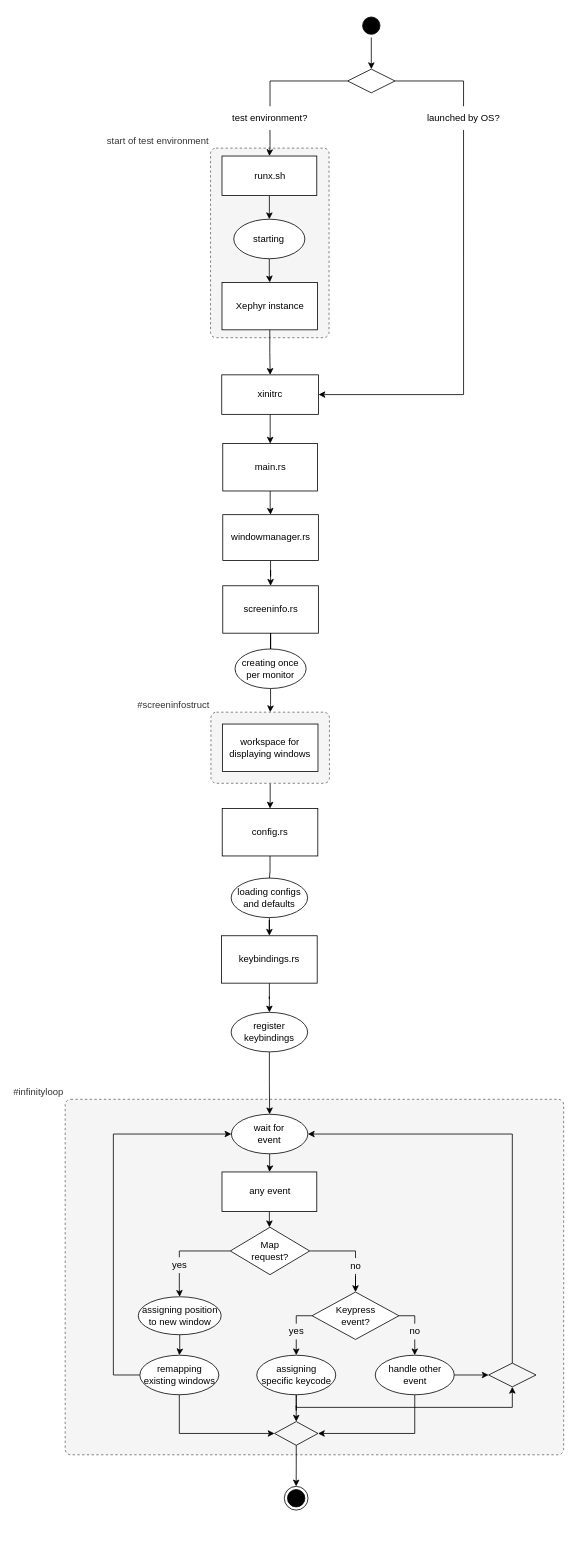
FelixSchladt/OxideWM keeps this draw.io diagram as planning/source/drawio_editables/flowchart_instantiation.drawio. Above is the earlier version. Source tidied: cells renumbered, new cells numbered last; positions are measured from the earlier drawing's top-left corner, leaving out a move shared by most shapes. Both pictures are drawn from the tidied source at 79%, with x=0, y=0 at pixel (65, 13).
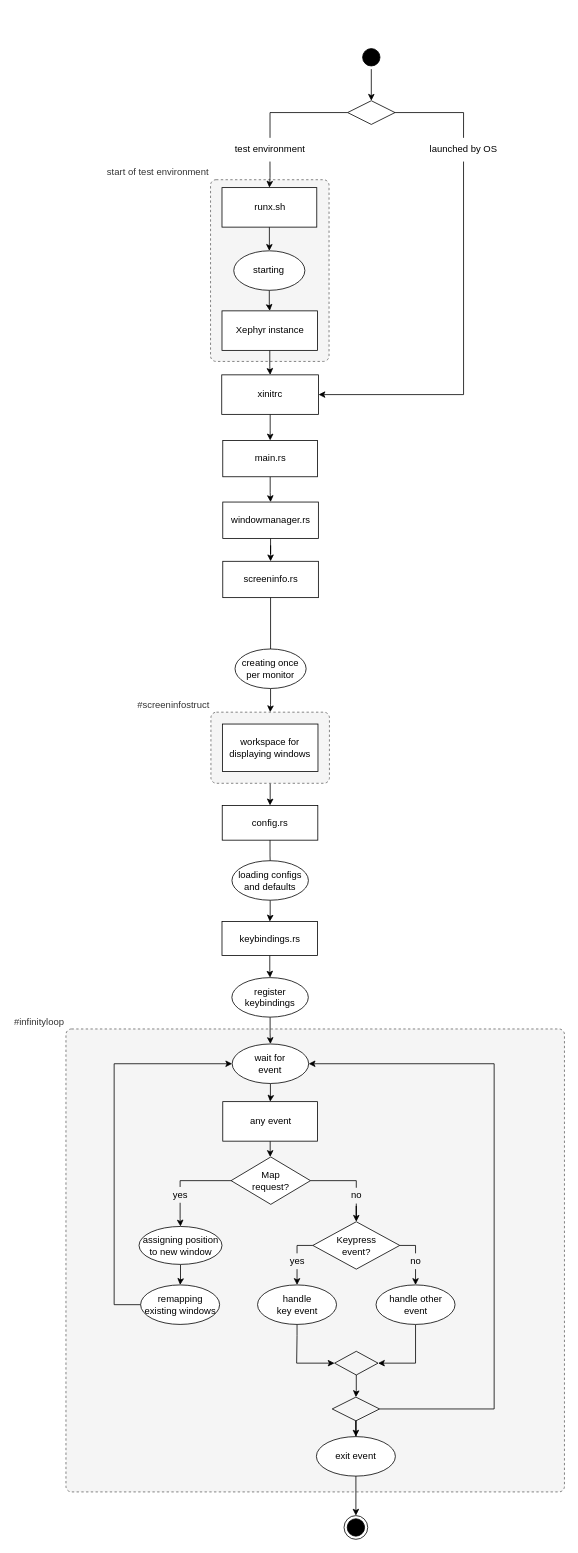
After the change.

Commit message (it also covers changes not shown here):
reworked uml

What changed in the source:
```diff
@@
     <mxCell id="2" value="start of test environment" style="rounded=1;whiteSpace=wrap;html=1;absoluteArcSize=1;arcSize=14;strokeWidth=1;shadow=0;glass=0;sketch=0;fillStyle=solid;dashed=1;fillColor=#f5f5f5;strokeColor=#666666;fontColor=#333333;labelPosition=left;verticalLabelPosition=top;align=right;verticalAlign=bottom;" parent="1" vertex="1">
-      <mxGeometry x="184" y="170" width="150" height="240" as="geometry" />
+      <mxGeometry x="184" y="210" width="150" height="230" as="geometry" />
     </mxCell>
@@
     <mxCell id="5" value="#infinityloop" style="rounded=1;whiteSpace=wrap;html=1;absoluteArcSize=1;arcSize=14;strokeWidth=1;shadow=0;glass=0;sketch=0;fillStyle=solid;dashed=1;fillColor=#f5f5f5;strokeColor=#666666;fontColor=#333333;labelPosition=left;verticalLabelPosition=top;align=right;verticalAlign=bottom;" parent="1" vertex="1">
-      <mxGeometry y="1374" width="631" height="450" as="geometry" />
+      <mxGeometry x="1" y="1285" width="631" height="586" as="geometry" />
     </mxCell>
@@
     <mxCell id="7" style="ellipse;html=1;shape=startState;fillColor=#000000;strokeColor=#000000;rounded=0;" parent="1" vertex="1">
-      <mxGeometry x="372.5" width="30" height="30" as="geometry" />
+      <mxGeometry x="372.5" y="40" width="30" height="30" as="geometry" />
     </mxCell>
@@
     <mxCell id="9" value="runx.sh" style="html=1;rounded=0;" parent="1" vertex="1">
-      <mxGeometry x="198.5" y="180" width="120" height="50" as="geometry" />
+      <mxGeometry x="198.5" y="220" width="120" height="50" as="geometry" />
     </mxCell>
@@
     <mxCell id="13" value="main.rs" style="whiteSpace=wrap;html=1;rounded=0;" parent="1" vertex="1">
-      <mxGeometry x="199.5" y="544" width="120" height="60" as="geometry" />
+      <mxGeometry x="199.5" y="540" width="120" height="46" as="geometry" />
     </mxCell>
@@
     <mxCell id="15" value="windowmanager.rs" style="whiteSpace=wrap;html=1;rounded=0;" parent="1" vertex="1">
-      <mxGeometry x="199.5" y="634" width="121" height="58" as="geometry" />
+      <mxGeometry x="199.5" y="618" width="121" height="46" as="geometry" />
     </mxCell>
     <mxCell id="16" style="ellipse;html=1;shape=endState;fillColor=#000000;strokeColor=#000000;rounded=0;" parent="1" vertex="1">
-      <mxGeometry x="277.4" y="1864" width="30" height="30" as="geometry" />
+      <mxGeometry x="353" y="1901" width="30" height="30" as="geometry" />
     </mxCell>
@@
     <mxCell id="19" value="Map &lt;br&gt;request?" style="strokeWidth=1;html=1;shape=mxgraph.flowchart.decision;whiteSpace=wrap;" parent="1" vertex="1">
-      <mxGeometry x="209" y="1536" width="100.5" height="60" as="geometry" />
+      <mxGeometry x="210" y="1447" width="100.5" height="60" as="geometry" />
     </mxCell>
@@
     <mxCell id="21" value="assigning position to new window" style="ellipse;whiteSpace=wrap;html=1;rounded=0;" parent="1" vertex="1">
-      <mxGeometry x="92.5" y="1624" width="105" height="48" as="geometry" />
+      <mxGeometry x="93.5" y="1535" width="105" height="48" as="geometry" />
     </mxCell>
-    <mxCell id="22" style="edgeStyle=orthogonalEdgeStyle;rounded=0;jettySize=auto;html=1;entryX=0;entryY=0.5;entryDx=0;entryDy=0;entryPerimeter=0;fontFamily=Helvetica;fontSize=12;fontColor=default;" parent="1" edge="1" source="24" target="58">
-      <mxGeometry relative="1" as="geometry">
-        <Array as="points">
-          <mxPoint x="145" y="1797" />
-        </Array>
-      </mxGeometry>
-    </mxCell>
     <mxCell id="23" style="edgeStyle=orthogonalEdgeStyle;rounded=0;jettySize=auto;html=1;entryX=0;entryY=0.5;entryDx=0;entryDy=0;" parent="1" edge="1" source="24" target="60">
       <mxGeometry relative="1" as="geometry">
         <Array as="points">
-          <mxPoint x="61" y="1723" />
-          <mxPoint x="61" y="1418" />
+          <mxPoint x="62" y="1634" />
+          <mxPoint x="62" y="1329" />
         </Array>
       </mxGeometry>
     </mxCell>
     <mxCell id="24" value="remapping existing windows" style="ellipse;whiteSpace=wrap;html=1;rounded=0;" parent="1" vertex="1">
-      <mxGeometry x="94.5" y="1698" width="100" height="50" as="geometry" />
+      <mxGeometry x="95.5" y="1609" width="100" height="50" as="geometry" />
     </mxCell>
@@
     <mxCell id="26" value="any event" style="html=1;rounded=0;" parent="1" vertex="1">
-      <mxGeometry x="198.5" y="1466" width="120" height="50" as="geometry" />
+      <mxGeometry x="199.5" y="1377" width="120" height="50" as="geometry" />
     </mxCell>
@@
     <mxCell id="29" value="Keypress &lt;br&gt;event?" style="strokeWidth=1;html=1;shape=mxgraph.flowchart.decision;whiteSpace=wrap;" parent="1" vertex="1">
-      <mxGeometry x="312.5" y="1618" width="110" height="60" as="geometry" />
+      <mxGeometry x="313.5" y="1529" width="110" height="60" as="geometry" />
     </mxCell>
-    <mxCell id="30" style="edgeStyle=orthogonalEdgeStyle;rounded=0;jettySize=auto;html=1;fontFamily=Helvetica;fontSize=12;fontColor=default;" parent="1" edge="1" source="32" target="58">
-      <mxGeometry relative="1" as="geometry" />
+    <mxCell id="30" style="edgeStyle=orthogonalEdgeStyle;rounded=0;jettySize=auto;html=1;fontFamily=Helvetica;fontSize=12;fontColor=default;exitX=0.5;exitY=1;exitDx=0;exitDy=0;entryX=0;entryY=0.5;entryDx=0;entryDy=0;entryPerimeter=0;" parent="1" edge="1" source="32" target="58">
+      <mxGeometry relative="1" as="geometry">
+        <Array as="points">
+          <mxPoint x="293" y="1673" />
+          <mxPoint x="293" y="1708" />
+        </Array>
+      </mxGeometry>
     </mxCell>
-    <mxCell id="31" style="edgeStyle=orthogonalEdgeStyle;rounded=0;jettySize=auto;html=1;entryX=0.5;entryY=1;entryDx=0;entryDy=0;entryPerimeter=0;" parent="1" edge="1" source="32" target="62">
-      <mxGeometry relative="1" as="geometry">
-        <Array as="points">
-          <mxPoint x="293" y="1764" />
-          <mxPoint x="566" y="1764" />
-        </Array>
-      </mxGeometry>
-    </mxCell>
-    <mxCell id="32" value="assigning&lt;br&gt;specific keycode" style="ellipse;whiteSpace=wrap;html=1;rounded=0;" parent="1" vertex="1">
-      <mxGeometry x="242.5" y="1698" width="100" height="50" as="geometry" />
+    <mxCell id="32" value="handle&lt;br&gt;key event" style="ellipse;whiteSpace=wrap;html=1;rounded=0;" parent="1" vertex="1">
+      <mxGeometry x="243.5" y="1609" width="100" height="50" as="geometry" />
     </mxCell>
     <mxCell id="33" value="yes" style="text;html=1;strokeColor=none;fillColor=none;align=center;verticalAlign=middle;whiteSpace=wrap;rounded=0;strokeWidth=1;fontFamily=Helvetica;fontSize=12;fontColor=default;" parent="1" vertex="1">
-      <mxGeometry x="277.5" y="1658" width="30" height="20" as="geometry" />
+      <mxGeometry x="278.5" y="1569" width="30" height="20" as="geometry" />
     </mxCell>
@@
     <mxCell id="35" style="edgeStyle=orthogonalEdgeStyle;rounded=0;jettySize=auto;html=1;entryX=1;entryY=0.5;entryDx=0;entryDy=0;entryPerimeter=0;fontFamily=Helvetica;fontSize=12;fontColor=default;" parent="1" edge="1" source="37" target="58">
       <mxGeometry relative="1" as="geometry">
         <Array as="points">
-          <mxPoint x="443" y="1797" />
+          <mxPoint x="444" y="1708" />
         </Array>
       </mxGeometry>
     </mxCell>
-    <mxCell id="36" style="edgeStyle=orthogonalEdgeStyle;rounded=0;jettySize=auto;html=1;" parent="1" edge="1" source="37" target="62">
-      <mxGeometry relative="1" as="geometry" />
-    </mxCell>
     <mxCell id="37" value="handle other&lt;br&gt;event" style="ellipse;whiteSpace=wrap;html=1;rounded=0;" parent="1" vertex="1">
-      <mxGeometry x="392.5" y="1698" width="100" height="50" as="geometry" />
+      <mxGeometry x="393.5" y="1609" width="100" height="50" as="geometry" />
     </mxCell>
     <mxCell id="38" value="no" style="text;html=1;strokeColor=none;fillColor=none;align=center;verticalAlign=middle;whiteSpace=wrap;rounded=0;strokeWidth=1;fontFamily=Helvetica;fontSize=12;fontColor=default;" parent="1" vertex="1">
-      <mxGeometry x="427.5" y="1658" width="30" height="20" as="geometry" />
+      <mxGeometry x="428.5" y="1569" width="30" height="20" as="geometry" />
     </mxCell>
@@
     <mxCell id="40" value="no" style="text;html=1;strokeColor=none;fillColor=none;align=center;verticalAlign=middle;whiteSpace=wrap;rounded=0;strokeWidth=1;fontFamily=Helvetica;fontSize=12;fontColor=default;" parent="1" vertex="1">
-      <mxGeometry x="352.5" y="1575" width="30" height="20" as="geometry" />
+      <mxGeometry x="353.5" y="1486" width="30" height="20" as="geometry" />
     </mxCell>
     <mxCell id="41" style="edgeStyle=orthogonalEdgeStyle;rounded=0;jettySize=auto;html=1;entryX=0.5;entryY=0;entryDx=0;entryDy=0;entryPerimeter=0;fontFamily=Helvetica;fontSize=12;fontColor=default;endArrow=none;" parent="1" edge="1" source="19" target="40">
       <mxGeometry relative="1" as="geometry">
         <Array as="points">
-          <mxPoint x="367.5" y="1566" />
+          <mxPoint x="368.5" y="1477" />
         </Array>
       </mxGeometry>
     </mxCell>
     <mxCell id="42" value="yes" style="text;html=1;strokeColor=none;fillColor=none;align=center;verticalAlign=middle;whiteSpace=wrap;rounded=0;strokeWidth=1;fontFamily=Helvetica;fontSize=12;fontColor=default;" parent="1" vertex="1">
-      <mxGeometry x="129.5" y="1574" width="30" height="20" as="geometry" />
+      <mxGeometry x="130.5" y="1485" width="30" height="20" as="geometry" />
     </mxCell>
     <mxCell id="43" style="edgeStyle=orthogonalEdgeStyle;rounded=0;jettySize=auto;html=1;entryX=0.5;entryY=0;entryDx=0;entryDy=0;fontFamily=Helvetica;fontSize=12;fontColor=default;endArrow=none;" parent="1" edge="1" source="19" target="42">
       <mxGeometry relative="1" as="geometry">
         <Array as="points">
-          <mxPoint x="144.5" y="1566" />
+          <mxPoint x="145.5" y="1477" />
         </Array>
       </mxGeometry>
     </mxCell>
@@
     <mxCell id="45" value="screeninfo.rs" style="whiteSpace=wrap;html=1;rounded=0;" parent="1" vertex="1">
-      <mxGeometry x="199.5" y="724" width="121" height="60" as="geometry" />
+      <mxGeometry x="199.5" y="693" width="121" height="46" as="geometry" />
     </mxCell>
@@
     <mxCell id="48" value="Xephyr instance" style="whiteSpace=wrap;html=1;rounded=0;" parent="1" vertex="1">
-      <mxGeometry x="198.5" y="340" width="121" height="60" as="geometry" />
+      <mxGeometry x="198.5" y="376" width="121" height="50" as="geometry" />
     </mxCell>
@@
     <mxCell id="50" value="config.rs" style="whiteSpace=wrap;html=1;rounded=0;" parent="1" vertex="1">
-      <mxGeometry x="198.8" y="1006" width="121" height="60" as="geometry" />
+      <mxGeometry x="198.8" y="1002" width="121" height="44" as="geometry" />
     </mxCell>
@@
     <mxCell id="52" value="keybindings.rs" style="whiteSpace=wrap;html=1;rounded=0;" parent="1" vertex="1">
-      <mxGeometry x="198" y="1167" width="121" height="60" as="geometry" />
+      <mxGeometry x="198.5" y="1149" width="121" height="43" as="geometry" />
     </mxCell>
@@
     <mxCell id="54" value="register&lt;br&gt;keybindings" style="ellipse;whiteSpace=wrap;html=1;rounded=0;" parent="1" vertex="1">
-      <mxGeometry x="210.1" y="1264" width="96.8" height="50" as="geometry" />
+      <mxGeometry x="211" y="1220" width="96.8" height="50" as="geometry" />
     </mxCell>
@@
     <mxCell id="56" value="starting" style="ellipse;whiteSpace=wrap;html=1;rounded=0;" parent="1" vertex="1">
-      <mxGeometry x="213.4" y="260" width="90" height="50" as="geometry" />
+      <mxGeometry x="213.4" y="300" width="90" height="50" as="geometry" />
     </mxCell>
-    <mxCell id="57" style="edgeStyle=orthogonalEdgeStyle;rounded=0;jettySize=auto;html=1;entryX=0.5;entryY=0;entryDx=0;entryDy=0;fontFamily=Helvetica;fontSize=12;fontColor=default;" parent="1" edge="1" source="58" target="16">
-      <mxGeometry relative="1" as="geometry" />
-    </mxCell>
+    <mxCell id="74" style="edgeStyle=orthogonalEdgeStyle;rounded=0;jettySize=auto;html=1;entryX=0.5;entryY=0;entryDx=0;entryDy=0;entryPerimeter=0;" parent="1" edge="1" source="58" target="62">
+      <mxGeometry relative="1" as="geometry" />
+    </mxCell>
     <mxCell id="58" style="strokeWidth=1;html=1;shape=mxgraph.flowchart.decision;whiteSpace=wrap;labelBackgroundColor=default;strokeColor=inherit;fontFamily=Helvetica;fontSize=12;fontColor=default;fillColor=none;" parent="1" vertex="1">
-      <mxGeometry x="265" y="1782" width="55" height="30" as="geometry" />
+      <mxGeometry x="341" y="1693" width="55" height="30" as="geometry" />
     </mxCell>
@@
     <mxCell id="60" value="wait for&lt;br&gt;event" style="ellipse;whiteSpace=wrap;html=1;rounded=0;" parent="1" vertex="1">
-      <mxGeometry x="210.4" y="1393" width="96.8" height="50" as="geometry" />
+      <mxGeometry x="211.4" y="1304" width="96.8" height="50" as="geometry" />
     </mxCell>
+    <mxCell id="75" style="edgeStyle=orthogonalEdgeStyle;rounded=0;jettySize=auto;html=1;" parent="1" edge="1" source="62" target="77">
+      <mxGeometry relative="1" as="geometry" />
+    </mxCell>
-    <mxCell id="61" style="edgeStyle=orthogonalEdgeStyle;rounded=0;jettySize=auto;html=1;exitX=0.5;exitY=0;exitDx=0;exitDy=0;exitPerimeter=0;entryX=1;entryY=0.5;entryDx=0;entryDy=0;" parent="1" edge="1" source="62" target="60">
-      <mxGeometry relative="1" as="geometry" />
+    <mxCell id="61" style="edgeStyle=orthogonalEdgeStyle;rounded=0;jettySize=auto;html=1;entryX=1;entryY=0.5;entryDx=0;entryDy=0;" parent="1" edge="1" source="62" target="60">
+      <mxGeometry relative="1" as="geometry">
+        <Array as="points">
+          <mxPoint x="543" y="1766" />
+          <mxPoint x="543" y="1329" />
+        </Array>
+      </mxGeometry>
     </mxCell>
     <mxCell id="62" style="strokeWidth=1;html=1;shape=mxgraph.flowchart.decision;whiteSpace=wrap;labelBackgroundColor=default;strokeColor=inherit;fontFamily=Helvetica;fontSize=12;fontColor=default;fillColor=none;" parent="1" vertex="1">
-      <mxGeometry x="536" y="1708" width="60" height="30" as="geometry" />
+      <mxGeometry x="338" y="1751" width="60" height="30" as="geometry" />
     </mxCell>
@@
     <mxCell id="65" value="loading configs&lt;br&gt;and defaults" style="ellipse;whiteSpace=wrap;html=1;rounded=0;" parent="1" vertex="1">
-      <mxGeometry x="210.1" y="1094" width="96.8" height="50" as="geometry" />
+      <mxGeometry x="211.1" y="1072" width="96.8" height="50" as="geometry" />
     </mxCell>
@@
     <mxCell id="68" style="strokeWidth=1;html=1;shape=mxgraph.flowchart.decision;whiteSpace=wrap;labelBackgroundColor=default;strokeColor=inherit;fontFamily=Helvetica;fontSize=12;fontColor=default;fillColor=none;" parent="1" vertex="1">
-      <mxGeometry x="357.5" y="70" width="60" height="30" as="geometry" />
+      <mxGeometry x="357.5" y="110" width="60" height="30" as="geometry" />
     </mxCell>
@@
-    <mxCell id="70" value="launched by OS?" style="text;html=1;strokeColor=none;fillColor=none;align=center;verticalAlign=middle;whiteSpace=wrap;rounded=0;" parent="1" vertex="1">
-      <mxGeometry x="452" y="117" width="104.5" height="30" as="geometry" />
+    <mxCell id="70" value="launched by OS" style="text;html=1;strokeColor=none;fillColor=none;align=center;verticalAlign=middle;whiteSpace=wrap;rounded=0;" parent="1" vertex="1">
+      <mxGeometry x="452" y="157" width="104.5" height="30" as="geometry" />
     </mxCell>
@@
-    <mxCell id="72" value="test environment?" style="text;html=1;strokeColor=none;fillColor=none;align=center;verticalAlign=middle;whiteSpace=wrap;rounded=0;" parent="1" vertex="1">
-      <mxGeometry x="207" y="117" width="104.5" height="30" as="geometry" />
+    <mxCell id="72" value="test environment" style="text;html=1;strokeColor=none;fillColor=none;align=center;verticalAlign=middle;whiteSpace=wrap;rounded=0;" parent="1" vertex="1">
+      <mxGeometry x="207" y="157" width="104.5" height="30" as="geometry" />
     </mxCell>
@@
+    <mxCell id="76" style="edgeStyle=orthogonalEdgeStyle;rounded=0;jettySize=auto;html=1;" parent="1" edge="1" source="77" target="16">
+      <mxGeometry relative="1" as="geometry" />
+    </mxCell>
+    <mxCell id="77" value="exit event" style="ellipse;whiteSpace=wrap;html=1;rounded=0;" parent="1" vertex="1">
+      <mxGeometry x="318" y="1801" width="100" height="50" as="geometry" />
+    </mxCell>
```
